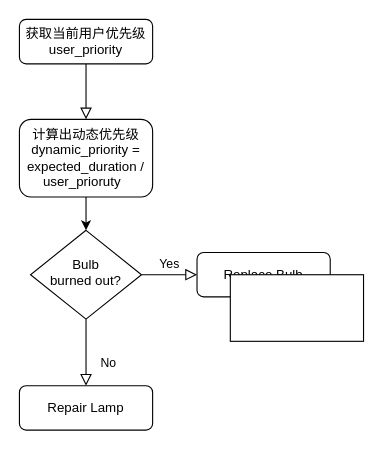
Dortmund-Reus/testbd keeps this draw.io diagram as images/Untitled Diagram.drawio. Above is the earlier version. Source tidied: cells renumbered, new cells numbered last; positions are measured from the earlier drawing's top-left corner, leaving out a move shared by most shapes. Both pictures are drawn from the tidied source at 111%, with x=0, y=0 at pixel (19, 19).
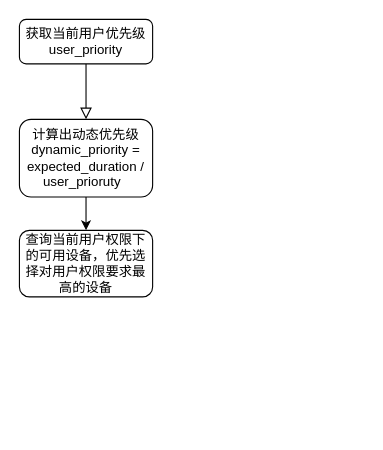
Above is the later version.

What changed in the source:
```diff
@@
 <mxGraphModel>
   <root>
     <mxCell id="0" />
     <mxCell id="1" parent="0" />
     <mxCell id="2" style="rounded=0;html=1;jettySize=auto;fontSize=11;endArrow=block;endFill=0;endSize=8;strokeWidth=1;shadow=0;labelBackgroundColor=none;edgeStyle=orthogonalEdgeStyle;" parent="1" edge="1" source="3">
       <mxGeometry relative="1" as="geometry">
         <mxPoint x="60" y="90" as="targetPoint" />
       </mxGeometry>
     </mxCell>
     <mxCell id="3" value="获取当前用户优先级user_priority" style="rounded=1;whiteSpace=wrap;html=1;fontSize=12;glass=0;strokeWidth=1;shadow=0;" parent="1" vertex="1">
       <mxGeometry width="120" height="40" as="geometry" />
     </mxCell>
-    <mxCell id="4" value="No" style="rounded=0;html=1;jettySize=auto;fontSize=11;endArrow=block;endFill=0;endSize=8;strokeWidth=1;shadow=0;labelBackgroundColor=none;edgeStyle=orthogonalEdgeStyle;" parent="1" edge="1" source="6" target="7">
-      <mxGeometry x="0.33" y="20" relative="1" as="geometry" />
-    </mxCell>
-    <mxCell id="5" value="Yes" style="edgeStyle=orthogonalEdgeStyle;rounded=0;html=1;jettySize=auto;fontSize=11;endArrow=block;endFill=0;endSize=8;strokeWidth=1;shadow=0;labelBackgroundColor=none;" parent="1" edge="1" source="6" target="8">
-      <mxGeometry y="10" relative="1" as="geometry" />
-    </mxCell>
-    <mxCell id="6" value="Bulb&lt;br&gt;burned out?" style="rhombus;whiteSpace=wrap;html=1;shadow=0;fontFamily=Helvetica;fontSize=12;align=center;strokeWidth=1;spacing=6;spacingTop=-4;" parent="1" vertex="1">
-      <mxGeometry x="10" y="190" width="100" height="80" as="geometry" />
-    </mxCell>
-    <mxCell id="7" value="Repair Lamp" style="rounded=1;whiteSpace=wrap;html=1;fontSize=12;glass=0;strokeWidth=1;shadow=0;" parent="1" vertex="1">
-      <mxGeometry y="330" width="120" height="40" as="geometry" />
-    </mxCell>
-    <mxCell id="8" value="Replace Bulb" style="rounded=1;whiteSpace=wrap;html=1;fontSize=12;glass=0;strokeWidth=1;shadow=0;" parent="1" vertex="1">
-      <mxGeometry x="160" y="210" width="120" height="40" as="geometry" />
-    </mxCell>
-    <mxCell id="9" style="rounded=0;whiteSpace=wrap;html=1;" parent="1" vertex="1">
-      <mxGeometry x="190" y="230" width="120" height="60" as="geometry" />
-    </mxCell>
-    <mxCell id="10" style="edgeStyle=orthogonalEdgeStyle;rounded=0;jettySize=auto;html=1;exitX=0.5;exitY=1;exitDx=0;exitDy=0;entryX=0.5;entryY=0;entryDx=0;entryDy=0;" parent="1" edge="1" source="11" target="6">
-      <mxGeometry relative="1" as="geometry" />
+    <mxCell id="10" style="edgeStyle=orthogonalEdgeStyle;rounded=0;jettySize=auto;html=1;exitX=0.5;exitY=1;exitDx=0;exitDy=0;entryX=0.5;entryY=0;entryDx=0;entryDy=0;" parent="1" edge="1" source="11">
+      <mxGeometry relative="1" as="geometry">
+        <mxPoint x="60" y="190" as="targetPoint" />
+      </mxGeometry>
     </mxCell>
     <mxCell id="11" value="计算出动态优先级&lt;br&gt;dynamic_priority = expected_duration / user_prioruty&amp;nbsp;&amp;nbsp;" style="rounded=1;whiteSpace=wrap;html=1;" parent="1" vertex="1">
       <mxGeometry y="90" width="120" height="70" as="geometry" />
     </mxCell>
+    <mxCell id="12" value="查询当前用户权限下的可用设备，优先选择对用户权限要求最高的设备" style="rounded=1;whiteSpace=wrap;html=1;" parent="1" vertex="1">
+      <mxGeometry y="190" width="120" height="60" as="geometry" />
+    </mxCell>
   </root>
 </mxGraphModel>
```
